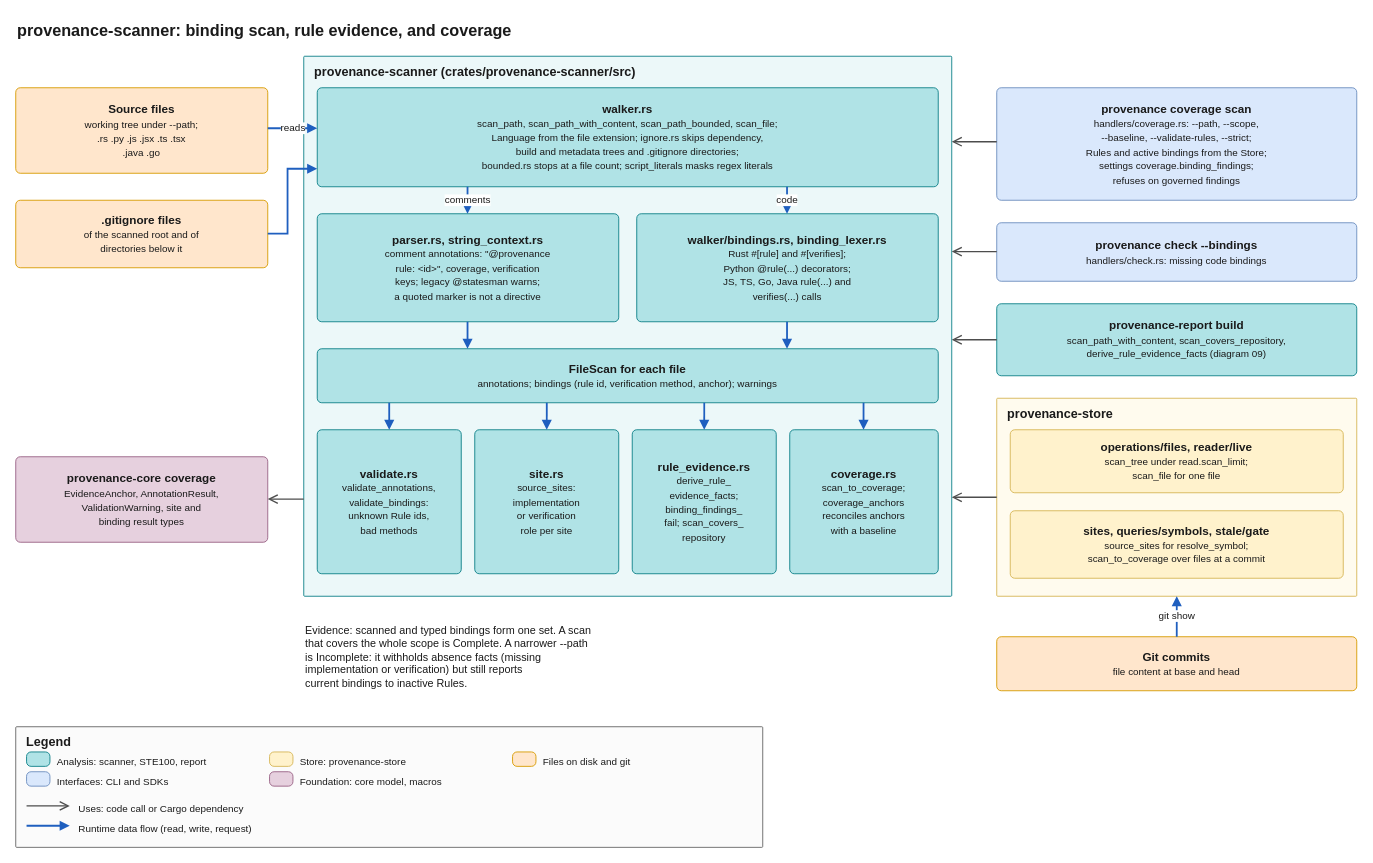
Earlier version of the draw.io diagram docs/architecture/diagrams/08-scanner-and-coverage.drawio (quality-sh/provenance). Source tidied: cells renumbered, new cells numbered last; positions are measured from the earlier drawing's top-left corner, leaving out a move shared by most shapes. Both pictures are drawn from the tidied source at 90%, with x=0, y=0 at pixel (15, 15).
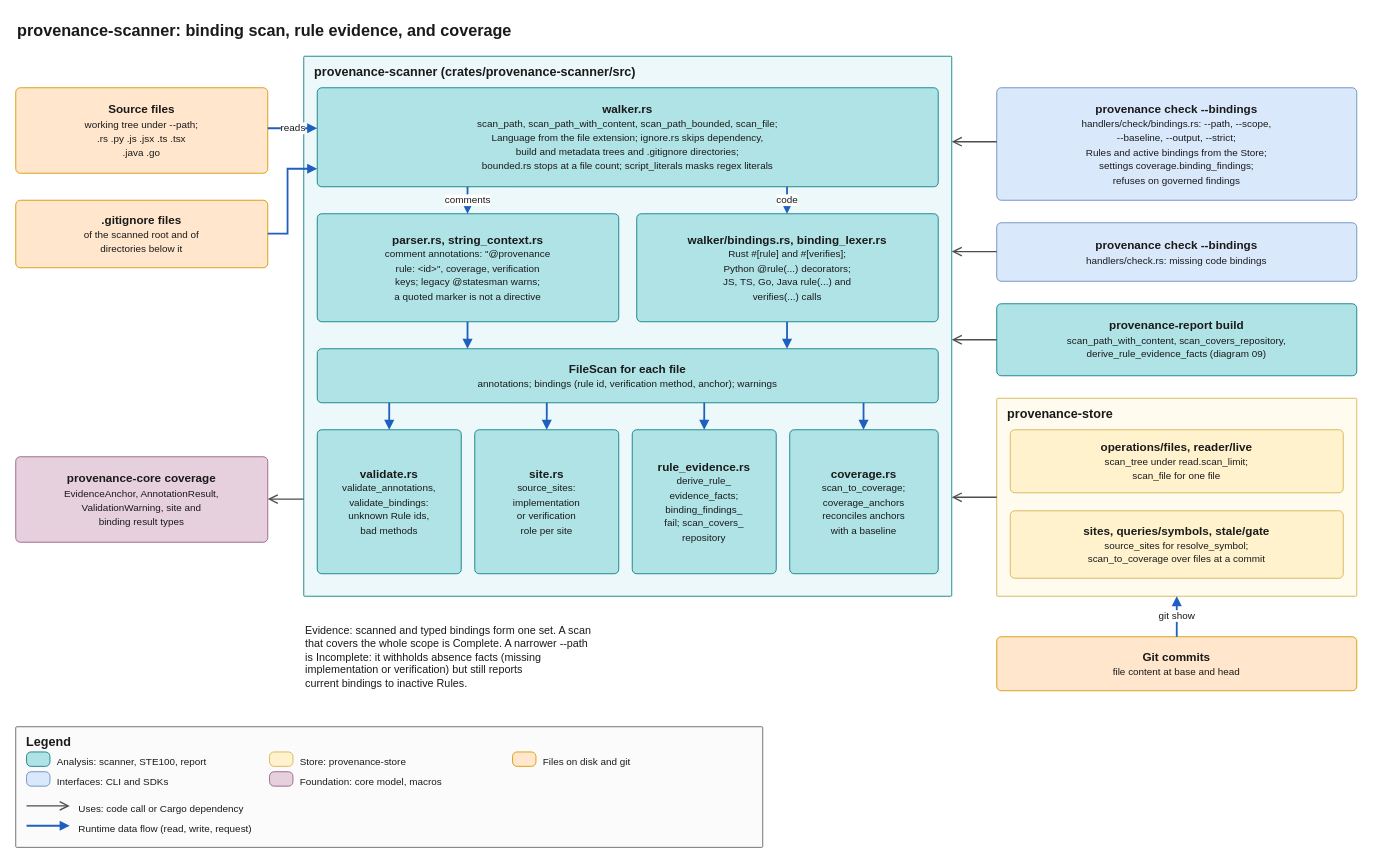
After the change.

Diff of the diagram source:
```diff
@@
-    <mxCell id="15" value="&lt;b&gt;provenance coverage scan&lt;/b&gt;&lt;br&gt;&lt;font style=&quot;font-size:11px&quot;&gt;handlers/coverage.rs: --path, --scope,&lt;br&gt;--baseline, --validate-rules, --strict;&lt;br&gt;Rules and active bindings from the Store;&lt;br&gt;settings coverage.binding_findings;&lt;br&gt;refuses on governed findings&lt;/font&gt;" style="rounded=1;arcSize=10;absoluteArcSize=1;whiteSpace=wrap;html=1;fillColor=#dae8fc;strokeColor=#6c8ebf;fontSize=13;fontColor=#1a1a1a;verticalAlign=middle;align=center;spacing=4;" parent="1" vertex="1">
+    <mxCell id="15" value="&lt;b&gt;provenance check --bindings&lt;/b&gt;&lt;br&gt;&lt;font style=&quot;font-size:11px&quot;&gt;handlers/check/bindings.rs: --path, --scope,&lt;br&gt;--baseline, --output, --strict;&lt;br&gt;Rules and active bindings from the Store;&lt;br&gt;settings coverage.binding_findings;&lt;br&gt;refuses on governed findings&lt;/font&gt;" style="rounded=1;arcSize=10;absoluteArcSize=1;whiteSpace=wrap;html=1;fillColor=#dae8fc;strokeColor=#6c8ebf;fontSize=13;fontColor=#1a1a1a;verticalAlign=middle;align=center;spacing=4;" parent="1" vertex="1">
       <mxGeometry x="1090" y="80" width="400" height="125" as="geometry" />
     </mxCell>
```
